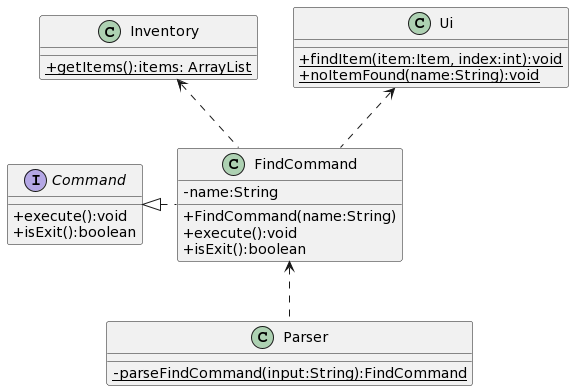
Earlier version of the PlantUML export docs/uml-diagrams/FindCommandClass.png (nus-cs2113-AY2324S2/tp).
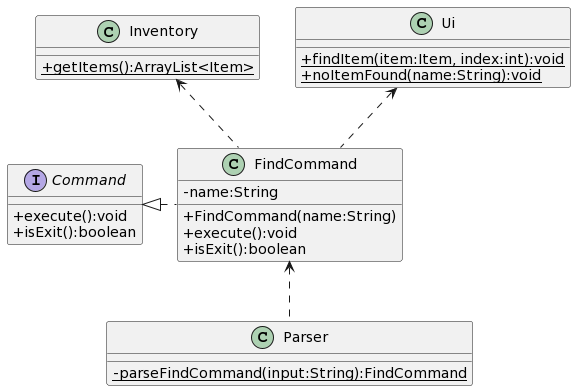
Later version of the same file.

Diff of the diagram source:
```diff
@@ -25,7 +25,7 @@
 }
 
 class Inventory {
-    {static}+getItems():items: ArrayList
+    {static}+getItems():ArrayList<Item>
 }
 
 class Ui {
```
